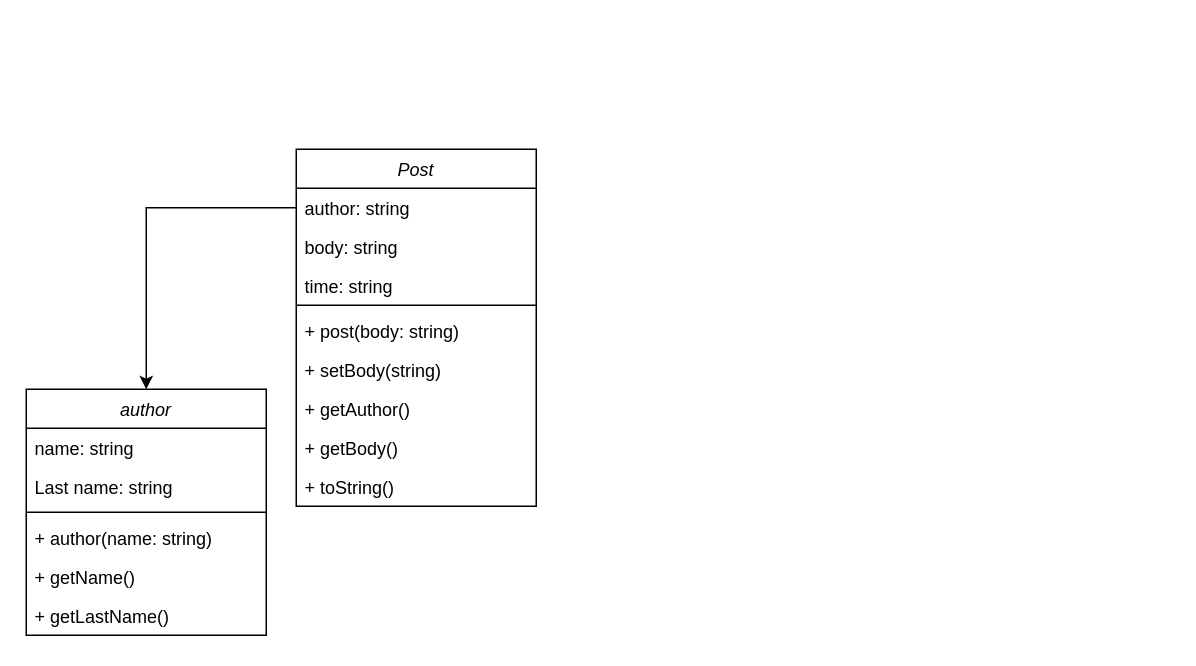
Above: Klassdiagram.drawio in krumilurfigur/lobbok2 (draw.io), before the change. Source tidied: cells renumbered, new cells numbered last; positions are measured from the earlier drawing's top-left corner, leaving out a move shared by most shapes. Both pictures are drawn from the tidied source at 150%, with x=0, y=0 at pixel (26, 148).
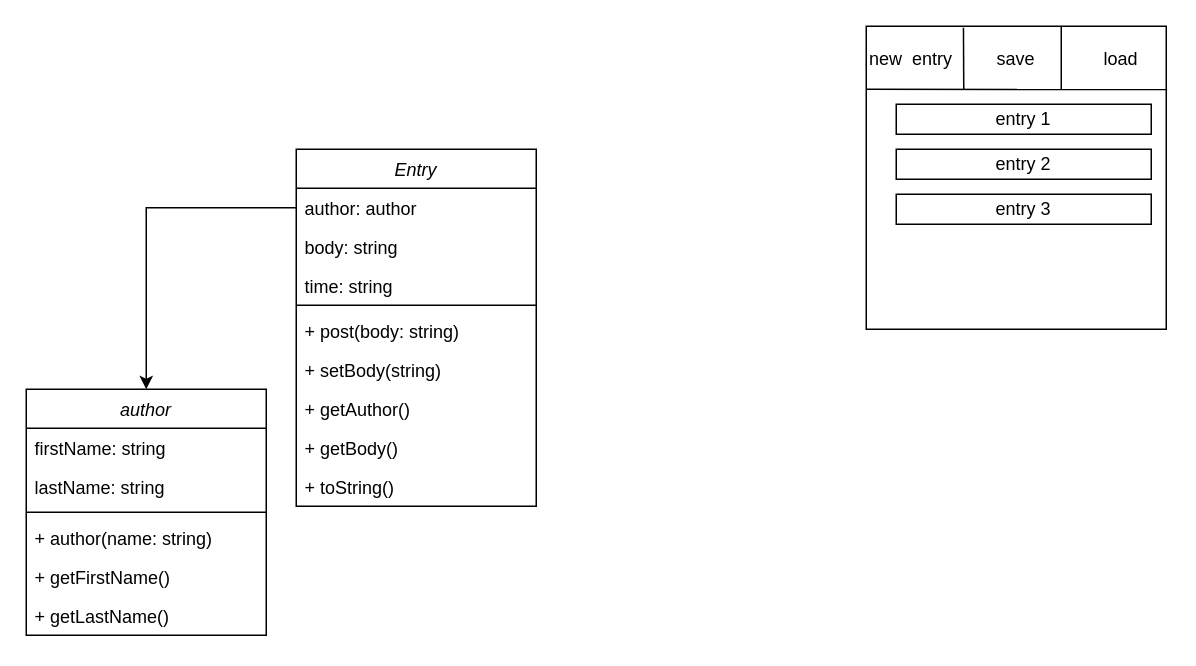
The same page after the edit.

Unchanged cells that the change refers to:
```xml
<mxCell id="12" value="author" style="swimlane;fontStyle=2;align=center;verticalAlign=top;horizontal=1;startSize=26;rounded=0;shadow=0;strokeWidth=1;" parent="1" vertex="1">
  <mxGeometry y="160" width="160" height="164" as="geometry" />
</mxCell>
```

Diff of the diagram source:
```diff
@@
-    <mxCell id="2" value="Post" style="swimlane;fontStyle=2;align=center;verticalAlign=top;horizontal=1;startSize=26;rounded=0;shadow=0;strokeWidth=1;" parent="1" vertex="1">
+    <mxCell id="2" value="Entry" style="swimlane;fontStyle=2;align=center;verticalAlign=top;horizontal=1;startSize=26;rounded=0;shadow=0;strokeWidth=1;" parent="1" vertex="1">
       <mxGeometry x="180" width="160" height="238" as="geometry" />
     </mxCell>
-    <mxCell id="3" value="author: string" style="text;align=left;verticalAlign=top;spacingLeft=4;spacingRight=4;overflow=hidden;points=[[0,0.5],[1,0.5]];portConstraint=eastwest;" parent="2" vertex="1">
+    <mxCell id="3" value="author: author" style="text;align=left;verticalAlign=top;spacingLeft=4;spacingRight=4;overflow=hidden;points=[[0,0.5],[1,0.5]];portConstraint=eastwest;" parent="2" vertex="1">
       <mxGeometry y="26" width="160" height="26" as="geometry" />
     </mxCell>
@@
-    <mxCell id="13" value="name: string" style="text;align=left;verticalAlign=top;spacingLeft=4;spacingRight=4;overflow=hidden;" parent="12" vertex="1">
+    <mxCell id="13" value="firstName: string" style="text;align=left;verticalAlign=top;spacingLeft=4;spacingRight=4;overflow=hidden;" parent="12" vertex="1">
       <mxGeometry y="26" width="160" height="26" as="geometry" />
     </mxCell>
-    <mxCell id="14" value="Last name: string" style="text;align=left;verticalAlign=top;spacingLeft=4;spacingRight=4;overflow=hidden;rounded=0;shadow=0;html=0;" parent="12" vertex="1">
+    <mxCell id="14" value="lastName: string" style="text;align=left;verticalAlign=top;spacingLeft=4;spacingRight=4;overflow=hidden;rounded=0;shadow=0;html=0;" parent="12" vertex="1">
       <mxGeometry y="52" width="160" height="26" as="geometry" />
     </mxCell>
@@
-    <mxCell id="17" value="+ getName()" style="text;align=left;verticalAlign=top;spacingLeft=4;spacingRight=4;overflow=hidden;" parent="12" vertex="1">
+    <mxCell id="17" value="+ getFirstName()" style="text;align=left;verticalAlign=top;spacingLeft=4;spacingRight=4;overflow=hidden;" parent="12" vertex="1">
       <mxGeometry y="112" width="160" height="26" as="geometry" />
     </mxCell>
@@
+    <mxCell id="20" style="rounded=0;whiteSpace=wrap;html=1;" parent="1" vertex="1">
+      <mxGeometry x="560" y="-82" width="200" height="202" as="geometry" />
+    </mxCell>
+    <mxCell id="21" style="endArrow=none;html=1;entryX=1.003;entryY=0.209;entryDx=0;entryDy=0;entryPerimeter=0;exitX=0;exitY=0.208;exitDx=0;exitDy=0;exitPerimeter=0;" parent="1" edge="1" source="20" target="20">
+      <mxGeometry relative="1" as="geometry" />
+    </mxCell>
+    <mxCell id="22" style="endArrow=none;html=1;entryX=0.324;entryY=0.005;entryDx=0;entryDy=0;entryPerimeter=0;" parent="1" edge="1" target="20">
+      <mxGeometry relative="1" as="geometry">
+        <mxPoint x="625" y="-40" as="sourcePoint" />
+      </mxGeometry>
+    </mxCell>
+    <mxCell id="23" value="save" style="text;html=1;strokeColor=none;fillColor=none;align=center;verticalAlign=middle;whiteSpace=wrap;rounded=0;" parent="1" vertex="1">
+      <mxGeometry x="640" y="-70" width="40" height="20" as="geometry" />
+    </mxCell>
+    <mxCell id="24" value="load" style="text;html=1;strokeColor=none;fillColor=none;align=center;verticalAlign=middle;whiteSpace=wrap;rounded=0;" parent="1" vertex="1">
+      <mxGeometry x="710" y="-70" width="40" height="20" as="geometry" />
+    </mxCell>
+    <mxCell id="25" style="endArrow=none;html=1;entryX=0.5;entryY=0;entryDx=0;entryDy=0;" parent="1" edge="1">
+      <mxGeometry relative="1" as="geometry">
+        <mxPoint x="690" y="-40" as="sourcePoint" />
+        <mxPoint x="690" y="-82" as="targetPoint" />
+      </mxGeometry>
+    </mxCell>
+    <mxCell id="26" value="new&amp;nbsp; entry" style="text;html=1;strokeColor=none;fillColor=none;align=center;verticalAlign=middle;whiteSpace=wrap;rounded=0;" parent="1" vertex="1">
+      <mxGeometry x="560" y="-70" width="60" height="20" as="geometry" />
+    </mxCell>
+    <mxCell id="27" value="entry 1" style="rounded=0;whiteSpace=wrap;html=1;" parent="1" vertex="1">
+      <mxGeometry x="580" y="-30" width="170" height="20" as="geometry" />
+    </mxCell>
+    <mxCell id="28" value="entry 2" style="rounded=0;whiteSpace=wrap;html=1;" parent="1" vertex="1">
+      <mxGeometry x="580" width="170" height="20" as="geometry" />
+    </mxCell>
+    <mxCell id="29" value="entry 3" style="rounded=0;whiteSpace=wrap;html=1;" parent="1" vertex="1">
+      <mxGeometry x="580" y="30" width="170" height="20" as="geometry" />
+    </mxCell>
+    <mxCell id="30" style="edgeStyle=orthogonalEdgeStyle;rounded=0;orthogonalLoop=1;jettySize=auto;html=1;exitX=0.5;exitY=1;exitDx=0;exitDy=0;" parent="1" edge="1" source="20" target="20">
+      <mxGeometry relative="1" as="geometry" />
+    </mxCell>
```
